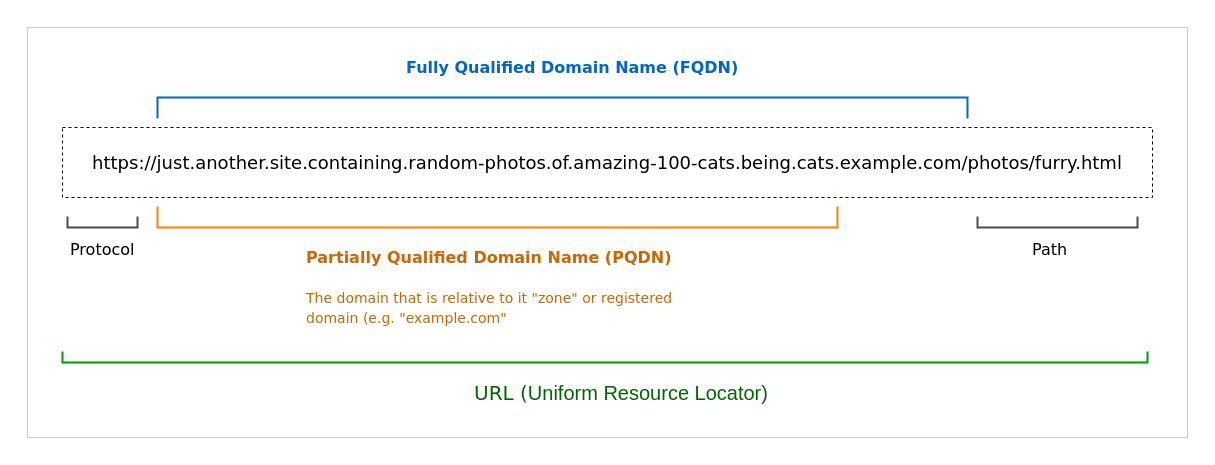
This is page "basics-dns-long-dns" (11 of 18) of assets/drawio/all-things-network.drawio from joseeden/joeden, a draw.io file, before an edit. Source tidied: cells renumbered, new cells numbered last; positions are measured from the earlier drawing's top-left corner, leaving out a move shared by most shapes. Both pictures are drawn from the tidied source at 100%, with x=0, y=0 at pixel (27, 27).
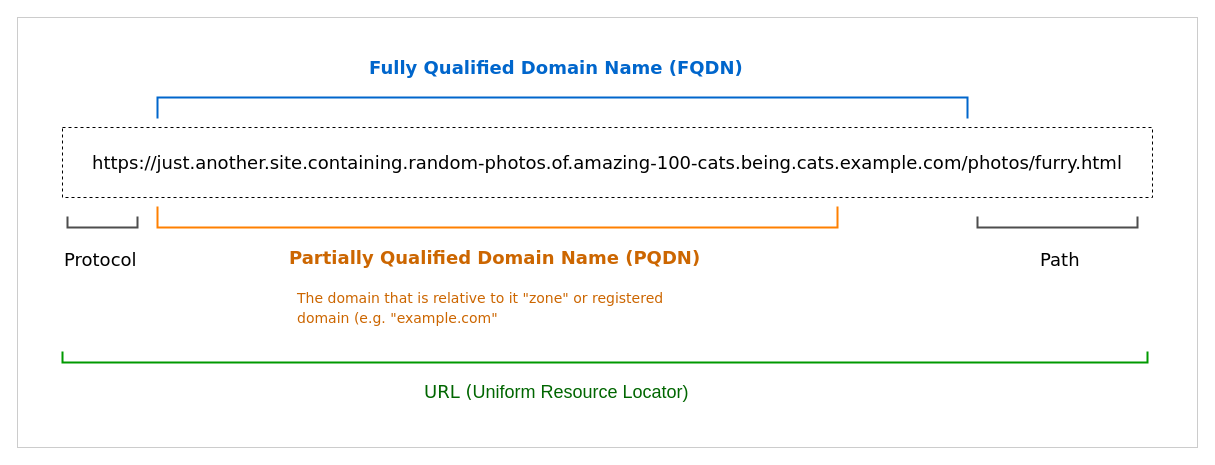
The same page after the edit.

What changed in the source:
```diff
@@
 <mxGraphModel>
   <root>
     <mxCell id="0" />
     <mxCell id="1" parent="0" />
     <mxCell id="2" style="rounded=0;whiteSpace=wrap;html=1;strokeColor=#CCCCCC;" parent="1" vertex="1">
-      <mxGeometry width="1160" height="410" as="geometry" />
+      <mxGeometry x="-10" y="-10" width="1180" height="430" as="geometry" />
     </mxCell>
-    <mxCell id="3" value="&lt;div&gt;&lt;div&gt;&lt;div&gt;&lt;font style=&quot;font-size: 18px;&quot;&gt;https://just.another.site.containing.random-photos.of.amazing-100-cats.being.cats.example.com/photos/furry.html&lt;/font&gt;&lt;/div&gt;&lt;/div&gt;&lt;/div&gt;" style="rounded=0;whiteSpace=wrap;html=1;fillColor=default;strokeColor=default;fontSize=16;fontFamily=Verdana;align=center;dashed=1;" parent="1" vertex="1">
+    <mxCell id="3" value="&lt;div&gt;&lt;div&gt;&lt;div&gt;&lt;font&gt;https://just.another.site.containing.random-photos.of.amazing-100-cats.being.cats.example.com/photos/furry.html&lt;/font&gt;&lt;/div&gt;&lt;/div&gt;&lt;/div&gt;" style="rounded=0;whiteSpace=wrap;html=1;fillColor=default;strokeColor=default;fontSize=18;fontFamily=Verdana;align=center;dashed=1;" parent="1" vertex="1">
       <mxGeometry x="35" y="100" width="1090" height="70" as="geometry" />
     </mxCell>
     <mxCell id="4" style="shape=partialRectangle;whiteSpace=wrap;html=1;bottom=1;right=1;left=1;top=0;fillColor=none;routingCenterX=-0.5;fontSize=16;strokeWidth=2;strokeColor=#0066CC;rotation=-180;" parent="1" vertex="1">
       <mxGeometry x="130" y="70" width="810" height="20" as="geometry" />
     </mxCell>
     <mxCell id="5" style="group;fontColor=#004C99;" parent="1" vertex="1">
       <mxGeometry x="380" y="10" width="420" height="75" as="geometry" />
     </mxCell>
-    <mxCell id="6" value="&lt;font style=&quot;&quot;&gt;&lt;b style=&quot;&quot;&gt;Fully Qualified Domain Name (FQDN)&lt;/b&gt;&lt;/font&gt;" style="rounded=0;whiteSpace=wrap;html=1;fillColor=none;strokeColor=none;fontSize=16;fontFamily=Verdana;align=left;fontColor=#0066CC;" parent="5" vertex="1">
-      <mxGeometry x="-3" width="353" height="60" as="geometry" />
+    <mxCell id="6" value="&lt;font&gt;&lt;b&gt;Fully Qualified Domain Name (FQDN)&lt;/b&gt;&lt;/font&gt;" style="rounded=0;whiteSpace=wrap;html=1;fillColor=none;strokeColor=none;fontSize=18;fontFamily=Verdana;align=left;fontColor=#0066CC;" parent="5" vertex="1">
+      <mxGeometry x="-40" width="390" height="60" as="geometry" />
     </mxCell>
     <mxCell id="7" style="shape=partialRectangle;whiteSpace=wrap;html=1;bottom=1;right=1;left=1;top=0;fillColor=none;routingCenterX=-0.5;fontSize=16;strokeWidth=2;strokeColor=#FF8000;rotation=0;" parent="1" vertex="1">
       <mxGeometry x="130" y="180" width="680" height="20" as="geometry" />
     </mxCell>
-    <mxCell id="8" style="group;fontColor=#CCCC00;strokeColor=none;" parent="1" vertex="1">
+    <mxCell id="8" style="group;fontColor=#CCCC00;strokeColor=none;fontSize=18;" parent="1" vertex="1">
       <mxGeometry x="280" y="200" width="440" height="125" as="geometry" />
     </mxCell>
-    <mxCell id="9" value="&lt;font style=&quot;color: rgb(204, 102, 0);&quot;&gt;&lt;b style=&quot;&quot;&gt;Partially Qualified Domain Name (PQDN)&lt;/b&gt;&lt;/font&gt;" style="rounded=0;whiteSpace=wrap;html=1;fillColor=none;strokeColor=none;fontSize=16;fontFamily=Verdana;align=left;" parent="8" vertex="1">
-      <mxGeometry x="-3.4" width="383.4" height="60" as="geometry" />
+    <mxCell id="9" value="&lt;font style=&quot;color: rgb(204, 102, 0);&quot;&gt;&lt;b&gt;Partially Qualified Domain Name (PQDN)&lt;/b&gt;&lt;/font&gt;" style="rounded=0;whiteSpace=wrap;html=1;fillColor=none;strokeColor=none;fontSize=18;fontFamily=Verdana;align=left;" parent="8" vertex="1">
+      <mxGeometry x="-20" width="440" height="60" as="geometry" />
     </mxCell>
-    <mxCell id="10" style="group;fontColor=#CCCC00;" parent="8" vertex="1">
+    <mxCell id="10" style="group;fontColor=#CCCC00;fontSize=16;" parent="8" vertex="1">
       <mxGeometry y="50" width="400" height="75" as="geometry" />
     </mxCell>
     <mxCell id="11" value="&lt;font style=&quot;font-size: 14px; color: rgb(204, 102, 0);&quot;&gt;The domain that is relative to it &quot;zone&quot; or registered domain (e.g. &quot;example.com&quot;&lt;/font&gt;" style="rounded=0;whiteSpace=wrap;html=1;fillColor=none;strokeColor=none;fontSize=16;fontFamily=Verdana;align=left;" parent="10" vertex="1">
-      <mxGeometry x="-3.5" width="403.5" height="60" as="geometry" />
+      <mxGeometry x="-11.8" width="403.5" height="60" as="geometry" />
     </mxCell>
     <mxCell id="12" style="shape=partialRectangle;whiteSpace=wrap;html=1;bottom=1;right=1;left=1;top=0;fillColor=none;routingCenterX=-0.5;fontSize=16;strokeWidth=2;strokeColor=#4D4D4D;rotation=0;" parent="8" vertex="1">
       <mxGeometry x="-240" y="-10" width="70" height="10" as="geometry" />
     </mxCell>
-    <mxCell id="13" value="&lt;font style=&quot;color: rgb(0, 0, 0);&quot;&gt;Protocol&lt;/font&gt;" style="rounded=0;whiteSpace=wrap;html=1;fillColor=none;strokeColor=none;fontSize=16;fontFamily=Verdana;align=left;" parent="1" vertex="1">
-      <mxGeometry x="40.9" y="210" width="87.1" height="24" as="geometry" />
+    <mxCell id="13" value="&lt;font style=&quot;color: rgb(0, 0, 0);&quot;&gt;Protocol&lt;/font&gt;" style="rounded=0;whiteSpace=wrap;html=1;fillColor=none;strokeColor=none;fontSize=18;fontFamily=Verdana;align=left;" parent="1" vertex="1">
+      <mxGeometry x="35" y="220" width="87.1" height="24" as="geometry" />
     </mxCell>
     <mxCell id="14" style="shape=partialRectangle;whiteSpace=wrap;html=1;bottom=1;right=1;left=1;top=0;fillColor=none;routingCenterX=-0.5;fontSize=16;strokeWidth=2;strokeColor=#4D4D4D;rotation=0;" parent="1" vertex="1">
       <mxGeometry x="950" y="190" width="160" height="10" as="geometry" />
     </mxCell>
-    <mxCell id="15" value="&lt;font style=&quot;color: rgb(0, 0, 0);&quot;&gt;Path&lt;/font&gt;" style="rounded=0;whiteSpace=wrap;html=1;fillColor=none;strokeColor=none;fontSize=16;fontFamily=Verdana;align=left;" parent="1" vertex="1">
-      <mxGeometry x="1003.2" y="210" width="53.6" height="24" as="geometry" />
+    <mxCell id="15" value="&lt;font style=&quot;color: rgb(0, 0, 0);&quot;&gt;Path&lt;/font&gt;" style="rounded=0;whiteSpace=wrap;html=1;fillColor=none;strokeColor=none;fontSize=18;fontFamily=Verdana;align=left;" parent="1" vertex="1">
+      <mxGeometry x="1011" y="220" width="53.6" height="24" as="geometry" />
     </mxCell>
     <mxCell id="16" style="shape=partialRectangle;whiteSpace=wrap;html=1;bottom=1;right=1;left=1;top=0;fillColor=none;routingCenterX=-0.5;fontSize=16;strokeWidth=2;strokeColor=#009900;rotation=0;" parent="1" vertex="1">
       <mxGeometry x="35" y="325" width="1085" height="10" as="geometry" />
     </mxCell>
-    <mxCell id="17" style="group;fontColor=#004C99;" parent="1" vertex="1">
-      <mxGeometry x="405" y="335" width="370" height="75" as="geometry" />
-    </mxCell>
-    <mxCell id="18" value="&lt;font style=&quot;font-size: 20px; color: rgb(0, 102, 0);&quot;&gt;&lt;font style=&quot;&quot;&gt;URL (&lt;/font&gt;&lt;span style=&quot;font-family: Arial, sans-serif; background-color: rgb(255, 255, 255);&quot;&gt;Uniform Resource Locator)&lt;/span&gt;&lt;/font&gt;" style="rounded=0;whiteSpace=wrap;html=1;fillColor=none;strokeColor=none;fontSize=16;fontFamily=Verdana;align=left;fontColor=#0066CC;" parent="17" vertex="1">
-      <mxGeometry x="40" width="370.8" height="60" as="geometry" />
+    <mxCell id="18" value="&lt;font style=&quot;color: rgb(0, 102, 0);&quot;&gt;&lt;font&gt;URL (&lt;/font&gt;&lt;span style=&quot;font-family: Arial, sans-serif; background-color: rgb(255, 255, 255);&quot;&gt;Uniform Resource Locator)&lt;/span&gt;&lt;/font&gt;" style="rounded=0;whiteSpace=wrap;html=1;fillColor=none;strokeColor=none;fontSize=18;fontFamily=Verdana;align=left;fontColor=#0066CC;" parent="1" vertex="1">
+      <mxGeometry x="394.6" y="335" width="370.8" height="60" as="geometry" />
     </mxCell>
   </root>
 </mxGraphModel>
```
